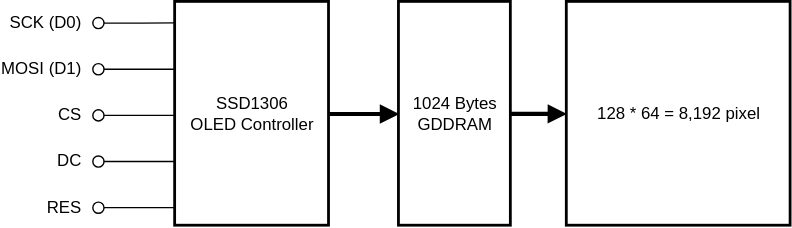
Before: Images/SSD1306_SPI_Interface.svg, a diagram exported from draw.io (016Rusneeda/Week-09-SPI-OLED-and-Kestrel-UI). Source tidied: cells renumbered, new cells last; positions are measured from the earlier drawing's top-left corner, leaving out a move shared by most shapes. The source it was exported from:
```xml
<mxGraphModel>
  <root>
    <mxCell id="0" />
    <mxCell id="1" parent="0" />
    <mxCell id="2" style="edgeStyle=orthogonalEdgeStyle;rounded=0;jettySize=auto;html=1;exitX=1;exitY=0.5;exitDx=0;exitDy=0;entryX=0;entryY=0.5;entryDx=0;entryDy=0;strokeWidth=3;endArrow=block;endFill=1;" parent="1" edge="1" source="3" target="19">
      <mxGeometry relative="1" as="geometry" />
    </mxCell>
    <mxCell id="3" value="&lt;div&gt;SSD1306 &lt;br&gt;OLED Controller&lt;/div&gt;" style="whiteSpace=wrap;html=1;strokeWidth=2;" parent="1" vertex="1">
      <mxGeometry x="125" width="110" height="160" as="geometry" />
    </mxCell>
    <mxCell id="4" value="MOSI (D1)" style="text;html=1;whiteSpace=wrap;strokeColor=none;fillColor=none;align=right;verticalAlign=middle;rounded=0;" parent="1" vertex="1">
      <mxGeometry y="33" width="60" height="30" as="geometry" />
    </mxCell>
    <mxCell id="5" value="SCK (D0)" style="text;html=1;whiteSpace=wrap;strokeColor=none;fillColor=none;align=right;verticalAlign=middle;rounded=0;" parent="1" vertex="1">
      <mxGeometry width="60" height="30" as="geometry" />
    </mxCell>
    <mxCell id="6" value="CS" style="text;html=1;whiteSpace=wrap;strokeColor=none;fillColor=none;align=right;verticalAlign=middle;rounded=0;" parent="1" vertex="1">
      <mxGeometry x="30" y="66" width="30" height="30" as="geometry" />
    </mxCell>
    <mxCell id="7" value="DC" style="text;html=1;whiteSpace=wrap;strokeColor=none;fillColor=none;align=right;verticalAlign=middle;rounded=0;" parent="1" vertex="1">
      <mxGeometry x="30" y="99" width="30" height="30" as="geometry" />
    </mxCell>
    <mxCell id="8" value="RES" style="text;html=1;whiteSpace=wrap;strokeColor=none;fillColor=none;align=right;verticalAlign=middle;rounded=0;" parent="1" vertex="1">
      <mxGeometry x="30" y="132" width="30" height="30" as="geometry" />
    </mxCell>
    <mxCell id="9" style="verticalLabelPosition=bottom;shadow=0;dashed=0;align=center;html=1;verticalAlign=top;shape=mxgraph.electrical.logic_gates.inverting_contact;flipV=1;legacyAnchorPoints=0;" parent="1" vertex="1">
      <mxGeometry x="65" y="10" width="10" height="10" as="geometry" />
    </mxCell>
    <mxCell id="10" style="verticalLabelPosition=bottom;shadow=0;dashed=0;align=center;html=1;verticalAlign=top;shape=mxgraph.electrical.logic_gates.inverting_contact;flipV=1;legacyAnchorPoints=0;" parent="1" vertex="1">
      <mxGeometry x="65" y="43" width="10" height="10" as="geometry" />
    </mxCell>
    <mxCell id="11" style="verticalLabelPosition=bottom;shadow=0;dashed=0;align=center;html=1;verticalAlign=top;shape=mxgraph.electrical.logic_gates.inverting_contact;flipV=1;legacyAnchorPoints=0;" parent="1" vertex="1">
      <mxGeometry x="65" y="76" width="10" height="10" as="geometry" />
    </mxCell>
    <mxCell id="12" style="verticalLabelPosition=bottom;shadow=0;dashed=0;align=center;html=1;verticalAlign=top;shape=mxgraph.electrical.logic_gates.inverting_contact;flipV=1;legacyAnchorPoints=0;" parent="1" vertex="1">
      <mxGeometry x="65" y="109" width="10" height="10" as="geometry" />
    </mxCell>
    <mxCell id="13" style="verticalLabelPosition=bottom;shadow=0;dashed=0;align=center;html=1;verticalAlign=top;shape=mxgraph.electrical.logic_gates.inverting_contact;flipV=1;legacyAnchorPoints=0;" parent="1" vertex="1">
      <mxGeometry x="65" y="142" width="10" height="10" as="geometry" />
    </mxCell>
    <mxCell id="14" style="edgeStyle=orthogonalEdgeStyle;rounded=0;jettySize=auto;html=1;exitX=0.9;exitY=0.5;exitDx=0;exitDy=0;exitPerimeter=0;entryX=0;entryY=0.093;entryDx=0;entryDy=0;entryPerimeter=0;endArrow=none;endFill=0;" parent="1" edge="1" source="9" target="3">
      <mxGeometry relative="1" as="geometry" />
    </mxCell>
    <mxCell id="15" style="edgeStyle=orthogonalEdgeStyle;rounded=0;orthogonalLoop=1;jettySize=auto;html=1;exitX=0.9;exitY=0.5;exitDx=0;exitDy=0;exitPerimeter=0;entryX=0;entryY=0.093;entryDx=0;entryDy=0;entryPerimeter=0;endArrow=none;endFill=0;" parent="1" edge="1">
      <mxGeometry relative="1" as="geometry">
        <mxPoint x="74" y="48" as="sourcePoint" />
        <mxPoint x="125" y="48" as="targetPoint" />
      </mxGeometry>
    </mxCell>
    <mxCell id="16" style="edgeStyle=orthogonalEdgeStyle;rounded=0;orthogonalLoop=1;jettySize=auto;html=1;exitX=0.9;exitY=0.5;exitDx=0;exitDy=0;exitPerimeter=0;entryX=0;entryY=0.093;entryDx=0;entryDy=0;entryPerimeter=0;endArrow=none;endFill=0;" parent="1" edge="1">
      <mxGeometry relative="1" as="geometry">
        <mxPoint x="74" y="81" as="sourcePoint" />
        <mxPoint x="125" y="81" as="targetPoint" />
      </mxGeometry>
    </mxCell>
    <mxCell id="17" style="edgeStyle=orthogonalEdgeStyle;rounded=0;orthogonalLoop=1;jettySize=auto;html=1;exitX=0.9;exitY=0.5;exitDx=0;exitDy=0;exitPerimeter=0;entryX=0;entryY=0.093;entryDx=0;entryDy=0;entryPerimeter=0;endArrow=none;endFill=0;" parent="1" edge="1">
      <mxGeometry relative="1" as="geometry">
        <mxPoint x="74" y="114" as="sourcePoint" />
        <mxPoint x="125" y="114" as="targetPoint" />
      </mxGeometry>
    </mxCell>
    <mxCell id="18" style="edgeStyle=orthogonalEdgeStyle;rounded=0;orthogonalLoop=1;jettySize=auto;html=1;exitX=0.9;exitY=0.5;exitDx=0;exitDy=0;exitPerimeter=0;entryX=0;entryY=0.093;entryDx=0;entryDy=0;entryPerimeter=0;endArrow=none;endFill=0;" parent="1" edge="1">
      <mxGeometry relative="1" as="geometry">
        <mxPoint x="74" y="146.9" as="sourcePoint" />
        <mxPoint x="125" y="146.9" as="targetPoint" />
      </mxGeometry>
    </mxCell>
    <mxCell id="19" value="&lt;div&gt;1024 Bytes &lt;br&gt;GDDRAM&lt;/div&gt;" style="whiteSpace=wrap;html=1;strokeWidth=2;" parent="1" vertex="1">
      <mxGeometry x="285" width="80" height="160" as="geometry" />
    </mxCell>
    <mxCell id="20" value="&lt;div&gt;&lt;span style=&quot;background-color: transparent; color: light-dark(rgb(0, 0, 0), rgb(255, 255, 255));&quot;&gt;128 * 64 =&amp;nbsp;&lt;/span&gt;&lt;span style=&quot;background-color: transparent; color: light-dark(rgb(0, 0, 0), rgb(255, 255, 255));&quot;&gt;8,192&amp;nbsp;&lt;/span&gt;&lt;span style=&quot;background-color: transparent; color: light-dark(rgb(0, 0, 0), rgb(255, 255, 255));&quot;&gt;pixel&lt;/span&gt;&lt;/div&gt;" style="whiteSpace=wrap;html=1;strokeWidth=2;" parent="1" vertex="1">
      <mxGeometry x="405" width="160" height="160" as="geometry" />
    </mxCell>
    <mxCell id="21" style="edgeStyle=orthogonalEdgeStyle;rounded=0;jettySize=auto;html=1;exitX=1;exitY=0.5;exitDx=0;exitDy=0;entryX=0;entryY=0.5;entryDx=0;entryDy=0;strokeWidth=3;endArrow=block;endFill=1;" parent="1" edge="1" target="20">
      <mxGeometry relative="1" as="geometry">
        <mxPoint x="365" y="79.9" as="sourcePoint" />
      </mxGeometry>
    </mxCell>
  </root>
</mxGraphModel>
```
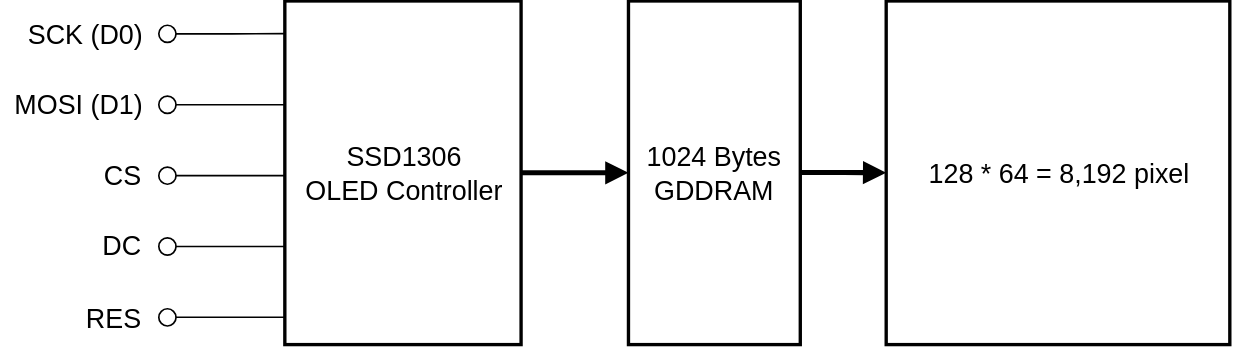
Above is the later version.

Change to the diagram source:
```diff
@@ -2,78 +2,81 @@
   <root>
     <mxCell id="0" />
     <mxCell id="1" parent="0" />
+    <mxCell id="22" style="group;" parent="1" vertex="1">
+      <mxGeometry x="-25" y="-17.2" width="722.5" height="207.2" as="geometry" />
+    </mxCell>
-    <mxCell id="2" style="edgeStyle=orthogonalEdgeStyle;rounded=0;jettySize=auto;html=1;exitX=1;exitY=0.5;exitDx=0;exitDy=0;entryX=0;entryY=0.5;entryDx=0;entryDy=0;strokeWidth=3;endArrow=block;endFill=1;" parent="1" edge="1" source="3" target="19">
+    <mxCell id="2" style="edgeStyle=orthogonalEdgeStyle;rounded=0;jettySize=auto;html=1;exitX=1;exitY=0.5;exitDx=0;exitDy=0;entryX=0;entryY=0.5;entryDx=0;entryDy=0;strokeWidth=3;endArrow=block;endFill=1;fontSize=16;" parent="22" edge="1" source="3" target="19">
       <mxGeometry relative="1" as="geometry" />
     </mxCell>
-    <mxCell id="3" value="&lt;div&gt;SSD1306 &lt;br&gt;OLED Controller&lt;/div&gt;" style="whiteSpace=wrap;html=1;strokeWidth=2;" parent="1" vertex="1">
-      <mxGeometry x="125" width="110" height="160" as="geometry" />
+    <mxCell id="3" value="&lt;div&gt;SSD1306 &lt;br&gt;OLED Controller&lt;/div&gt;" style="whiteSpace=wrap;html=1;strokeWidth=2;fontSize=16;" parent="22" vertex="1">
+      <mxGeometry x="159.9" width="140.7" height="204.6" as="geometry" />
     </mxCell>
-    <mxCell id="4" value="MOSI (D1)" style="text;html=1;whiteSpace=wrap;strokeColor=none;fillColor=none;align=right;verticalAlign=middle;rounded=0;" parent="1" vertex="1">
-      <mxGeometry y="33" width="60" height="30" as="geometry" />
+    <mxCell id="4" value="MOSI (D1)" style="text;html=1;whiteSpace=wrap;strokeColor=none;fillColor=none;align=right;verticalAlign=middle;rounded=0;fontSize=16;" parent="22" vertex="1">
+      <mxGeometry x="-10" y="42.2" width="86.7" height="38.4" as="geometry" />
     </mxCell>
-    <mxCell id="5" value="SCK (D0)" style="text;html=1;whiteSpace=wrap;strokeColor=none;fillColor=none;align=right;verticalAlign=middle;rounded=0;" parent="1" vertex="1">
-      <mxGeometry width="60" height="30" as="geometry" />
+    <mxCell id="5" value="SCK (D0)" style="text;html=1;whiteSpace=wrap;strokeColor=none;fillColor=none;align=right;verticalAlign=middle;rounded=0;fontSize=16;" parent="22" vertex="1">
+      <mxGeometry width="76.7" height="38.4" as="geometry" />
     </mxCell>
-    <mxCell id="6" value="CS" style="text;html=1;whiteSpace=wrap;strokeColor=none;fillColor=none;align=right;verticalAlign=middle;rounded=0;" parent="1" vertex="1">
-      <mxGeometry x="30" y="66" width="30" height="30" as="geometry" />
+    <mxCell id="6" value="CS" style="text;html=1;whiteSpace=wrap;strokeColor=none;fillColor=none;align=right;verticalAlign=middle;rounded=0;fontSize=16;" parent="22" vertex="1">
+      <mxGeometry x="38.4" y="84.4" width="38.4" height="38.4" as="geometry" />
     </mxCell>
-    <mxCell id="7" value="DC" style="text;html=1;whiteSpace=wrap;strokeColor=none;fillColor=none;align=right;verticalAlign=middle;rounded=0;" parent="1" vertex="1">
-      <mxGeometry x="30" y="99" width="30" height="30" as="geometry" />
+    <mxCell id="7" value="DC" style="text;html=1;whiteSpace=wrap;strokeColor=none;fillColor=none;align=right;verticalAlign=middle;rounded=0;fontSize=16;" parent="22" vertex="1">
+      <mxGeometry x="38.4" y="126.6" width="38.4" height="38.4" as="geometry" />
     </mxCell>
-    <mxCell id="8" value="RES" style="text;html=1;whiteSpace=wrap;strokeColor=none;fillColor=none;align=right;verticalAlign=middle;rounded=0;" parent="1" vertex="1">
-      <mxGeometry x="30" y="132" width="30" height="30" as="geometry" />
+    <mxCell id="8" value="RES" style="text;html=1;whiteSpace=wrap;strokeColor=none;fillColor=none;align=right;verticalAlign=middle;rounded=0;fontSize=16;" parent="22" vertex="1">
+      <mxGeometry x="38.4" y="168.8" width="38.4" height="38.4" as="geometry" />
     </mxCell>
-    <mxCell id="9" style="verticalLabelPosition=bottom;shadow=0;dashed=0;align=center;html=1;verticalAlign=top;shape=mxgraph.electrical.logic_gates.inverting_contact;flipV=1;legacyAnchorPoints=0;" parent="1" vertex="1">
-      <mxGeometry x="65" y="10" width="10" height="10" as="geometry" />
+    <mxCell id="9" style="verticalLabelPosition=bottom;shadow=0;dashed=0;align=center;html=1;verticalAlign=top;shape=mxgraph.electrical.logic_gates.inverting_contact;flipV=1;legacyAnchorPoints=0;fontSize=16;" parent="22" vertex="1">
+      <mxGeometry x="83.1" y="12.8" width="12.8" height="12.8" as="geometry" />
     </mxCell>
-    <mxCell id="10" style="verticalLabelPosition=bottom;shadow=0;dashed=0;align=center;html=1;verticalAlign=top;shape=mxgraph.electrical.logic_gates.inverting_contact;flipV=1;legacyAnchorPoints=0;" parent="1" vertex="1">
-      <mxGeometry x="65" y="43" width="10" height="10" as="geometry" />
+    <mxCell id="10" style="verticalLabelPosition=bottom;shadow=0;dashed=0;align=center;html=1;verticalAlign=top;shape=mxgraph.electrical.logic_gates.inverting_contact;flipV=1;legacyAnchorPoints=0;fontSize=16;" parent="22" vertex="1">
+      <mxGeometry x="83.1" y="55" width="12.8" height="12.8" as="geometry" />
     </mxCell>
-    <mxCell id="11" style="verticalLabelPosition=bottom;shadow=0;dashed=0;align=center;html=1;verticalAlign=top;shape=mxgraph.electrical.logic_gates.inverting_contact;flipV=1;legacyAnchorPoints=0;" parent="1" vertex="1">
-      <mxGeometry x="65" y="76" width="10" height="10" as="geometry" />
+    <mxCell id="11" style="verticalLabelPosition=bottom;shadow=0;dashed=0;align=center;html=1;verticalAlign=top;shape=mxgraph.electrical.logic_gates.inverting_contact;flipV=1;legacyAnchorPoints=0;fontSize=16;" parent="22" vertex="1">
+      <mxGeometry x="83.1" y="97.2" width="12.8" height="12.8" as="geometry" />
     </mxCell>
-    <mxCell id="12" style="verticalLabelPosition=bottom;shadow=0;dashed=0;align=center;html=1;verticalAlign=top;shape=mxgraph.electrical.logic_gates.inverting_contact;flipV=1;legacyAnchorPoints=0;" parent="1" vertex="1">
-      <mxGeometry x="65" y="109" width="10" height="10" as="geometry" />
+    <mxCell id="12" style="verticalLabelPosition=bottom;shadow=0;dashed=0;align=center;html=1;verticalAlign=top;shape=mxgraph.electrical.logic_gates.inverting_contact;flipV=1;legacyAnchorPoints=0;fontSize=16;" parent="22" vertex="1">
+      <mxGeometry x="83.1" y="139.4" width="12.8" height="12.8" as="geometry" />
     </mxCell>
-    <mxCell id="13" style="verticalLabelPosition=bottom;shadow=0;dashed=0;align=center;html=1;verticalAlign=top;shape=mxgraph.electrical.logic_gates.inverting_contact;flipV=1;legacyAnchorPoints=0;" parent="1" vertex="1">
-      <mxGeometry x="65" y="142" width="10" height="10" as="geometry" />
+    <mxCell id="13" style="verticalLabelPosition=bottom;shadow=0;dashed=0;align=center;html=1;verticalAlign=top;shape=mxgraph.electrical.logic_gates.inverting_contact;flipV=1;legacyAnchorPoints=0;fontSize=16;" parent="22" vertex="1">
+      <mxGeometry x="83.1" y="181.6" width="12.8" height="12.8" as="geometry" />
     </mxCell>
-    <mxCell id="14" style="edgeStyle=orthogonalEdgeStyle;rounded=0;jettySize=auto;html=1;exitX=0.9;exitY=0.5;exitDx=0;exitDy=0;exitPerimeter=0;entryX=0;entryY=0.093;entryDx=0;entryDy=0;entryPerimeter=0;endArrow=none;endFill=0;" parent="1" edge="1" source="9" target="3">
+    <mxCell id="14" style="edgeStyle=orthogonalEdgeStyle;rounded=0;jettySize=auto;html=1;exitX=0.9;exitY=0.5;exitDx=0;exitDy=0;exitPerimeter=0;entryX=0;entryY=0.093;entryDx=0;entryDy=0;entryPerimeter=0;endArrow=none;endFill=0;fontSize=16;" parent="22" edge="1" source="9" target="3">
       <mxGeometry relative="1" as="geometry" />
     </mxCell>
-    <mxCell id="15" style="edgeStyle=orthogonalEdgeStyle;rounded=0;orthogonalLoop=1;jettySize=auto;html=1;exitX=0.9;exitY=0.5;exitDx=0;exitDy=0;exitPerimeter=0;entryX=0;entryY=0.093;entryDx=0;entryDy=0;entryPerimeter=0;endArrow=none;endFill=0;" parent="1" edge="1">
+    <mxCell id="15" style="edgeStyle=orthogonalEdgeStyle;rounded=0;orthogonalLoop=1;jettySize=auto;html=1;exitX=0.9;exitY=0.5;exitDx=0;exitDy=0;exitPerimeter=0;entryX=0;entryY=0.093;entryDx=0;entryDy=0;entryPerimeter=0;endArrow=none;endFill=0;fontSize=16;" parent="22" edge="1">
       <mxGeometry relative="1" as="geometry">
-        <mxPoint x="74" y="48" as="sourcePoint" />
-        <mxPoint x="125" y="48" as="targetPoint" />
+        <mxPoint x="94.6" y="61.4" as="sourcePoint" />
+        <mxPoint x="159.9" y="61.4" as="targetPoint" />
       </mxGeometry>
     </mxCell>
-    <mxCell id="16" style="edgeStyle=orthogonalEdgeStyle;rounded=0;orthogonalLoop=1;jettySize=auto;html=1;exitX=0.9;exitY=0.5;exitDx=0;exitDy=0;exitPerimeter=0;entryX=0;entryY=0.093;entryDx=0;entryDy=0;entryPerimeter=0;endArrow=none;endFill=0;" parent="1" edge="1">
+    <mxCell id="16" style="edgeStyle=orthogonalEdgeStyle;rounded=0;orthogonalLoop=1;jettySize=auto;html=1;exitX=0.9;exitY=0.5;exitDx=0;exitDy=0;exitPerimeter=0;entryX=0;entryY=0.093;entryDx=0;entryDy=0;entryPerimeter=0;endArrow=none;endFill=0;fontSize=16;" parent="22" edge="1">
       <mxGeometry relative="1" as="geometry">
-        <mxPoint x="74" y="81" as="sourcePoint" />
-        <mxPoint x="125" y="81" as="targetPoint" />
+        <mxPoint x="94.6" y="103.6" as="sourcePoint" />
+        <mxPoint x="159.9" y="103.6" as="targetPoint" />
       </mxGeometry>
     </mxCell>
-    <mxCell id="17" style="edgeStyle=orthogonalEdgeStyle;rounded=0;orthogonalLoop=1;jettySize=auto;html=1;exitX=0.9;exitY=0.5;exitDx=0;exitDy=0;exitPerimeter=0;entryX=0;entryY=0.093;entryDx=0;entryDy=0;entryPerimeter=0;endArrow=none;endFill=0;" parent="1" edge="1">
+    <mxCell id="17" style="edgeStyle=orthogonalEdgeStyle;rounded=0;orthogonalLoop=1;jettySize=auto;html=1;exitX=0.9;exitY=0.5;exitDx=0;exitDy=0;exitPerimeter=0;entryX=0;entryY=0.093;entryDx=0;entryDy=0;entryPerimeter=0;endArrow=none;endFill=0;fontSize=16;" parent="22" edge="1">
       <mxGeometry relative="1" as="geometry">
-        <mxPoint x="74" y="114" as="sourcePoint" />
-        <mxPoint x="125" y="114" as="targetPoint" />
+        <mxPoint x="94.6" y="145.8" as="sourcePoint" />
+        <mxPoint x="159.9" y="145.8" as="targetPoint" />
       </mxGeometry>
     </mxCell>
-    <mxCell id="18" style="edgeStyle=orthogonalEdgeStyle;rounded=0;orthogonalLoop=1;jettySize=auto;html=1;exitX=0.9;exitY=0.5;exitDx=0;exitDy=0;exitPerimeter=0;entryX=0;entryY=0.093;entryDx=0;entryDy=0;entryPerimeter=0;endArrow=none;endFill=0;" parent="1" edge="1">
+    <mxCell id="18" style="edgeStyle=orthogonalEdgeStyle;rounded=0;orthogonalLoop=1;jettySize=auto;html=1;exitX=0.9;exitY=0.5;exitDx=0;exitDy=0;exitPerimeter=0;entryX=0;entryY=0.093;entryDx=0;entryDy=0;entryPerimeter=0;endArrow=none;endFill=0;fontSize=16;" parent="22" edge="1">
       <mxGeometry relative="1" as="geometry">
-        <mxPoint x="74" y="146.9" as="sourcePoint" />
-        <mxPoint x="125" y="146.9" as="targetPoint" />
+        <mxPoint x="94.6" y="187.9" as="sourcePoint" />
+        <mxPoint x="159.9" y="187.9" as="targetPoint" />
       </mxGeometry>
     </mxCell>
-    <mxCell id="19" value="&lt;div&gt;1024 Bytes &lt;br&gt;GDDRAM&lt;/div&gt;" style="whiteSpace=wrap;html=1;strokeWidth=2;" parent="1" vertex="1">
-      <mxGeometry x="285" width="80" height="160" as="geometry" />
+    <mxCell id="19" value="&lt;div&gt;1024 Bytes &lt;br&gt;GDDRAM&lt;/div&gt;" style="whiteSpace=wrap;html=1;strokeWidth=2;fontSize=16;" parent="22" vertex="1">
+      <mxGeometry x="364.5" width="102.3" height="204.6" as="geometry" />
     </mxCell>
-    <mxCell id="20" value="&lt;div&gt;&lt;span style=&quot;background-color: transparent; color: light-dark(rgb(0, 0, 0), rgb(255, 255, 255));&quot;&gt;128 * 64 =&amp;nbsp;&lt;/span&gt;&lt;span style=&quot;background-color: transparent; color: light-dark(rgb(0, 0, 0), rgb(255, 255, 255));&quot;&gt;8,192&amp;nbsp;&lt;/span&gt;&lt;span style=&quot;background-color: transparent; color: light-dark(rgb(0, 0, 0), rgb(255, 255, 255));&quot;&gt;pixel&lt;/span&gt;&lt;/div&gt;" style="whiteSpace=wrap;html=1;strokeWidth=2;" parent="1" vertex="1">
-      <mxGeometry x="405" width="160" height="160" as="geometry" />
+    <mxCell id="20" value="&lt;div&gt;&lt;span style=&quot;background-color: transparent; color: light-dark(rgb(0, 0, 0), rgb(255, 255, 255));&quot;&gt;128 * 64 =&amp;nbsp;&lt;/span&gt;&lt;span style=&quot;background-color: transparent; color: light-dark(rgb(0, 0, 0), rgb(255, 255, 255));&quot;&gt;8,192&amp;nbsp;&lt;/span&gt;&lt;span style=&quot;background-color: transparent; color: light-dark(rgb(0, 0, 0), rgb(255, 255, 255));&quot;&gt;pixel&lt;/span&gt;&lt;/div&gt;" style="whiteSpace=wrap;html=1;strokeWidth=2;fontSize=16;" parent="22" vertex="1">
+      <mxGeometry x="517.9" width="204.6" height="204.6" as="geometry" />
     </mxCell>
-    <mxCell id="21" style="edgeStyle=orthogonalEdgeStyle;rounded=0;jettySize=auto;html=1;exitX=1;exitY=0.5;exitDx=0;exitDy=0;entryX=0;entryY=0.5;entryDx=0;entryDy=0;strokeWidth=3;endArrow=block;endFill=1;" parent="1" edge="1" target="20">
+    <mxCell id="21" style="edgeStyle=orthogonalEdgeStyle;rounded=0;jettySize=auto;html=1;exitX=1;exitY=0.5;exitDx=0;exitDy=0;entryX=0;entryY=0.5;entryDx=0;entryDy=0;strokeWidth=3;endArrow=block;endFill=1;fontSize=16;" parent="22" edge="1" target="20">
       <mxGeometry relative="1" as="geometry">
-        <mxPoint x="365" y="79.9" as="sourcePoint" />
+        <mxPoint x="466.8" y="102.1" as="sourcePoint" />
       </mxGeometry>
     </mxCell>
   </root>
```
